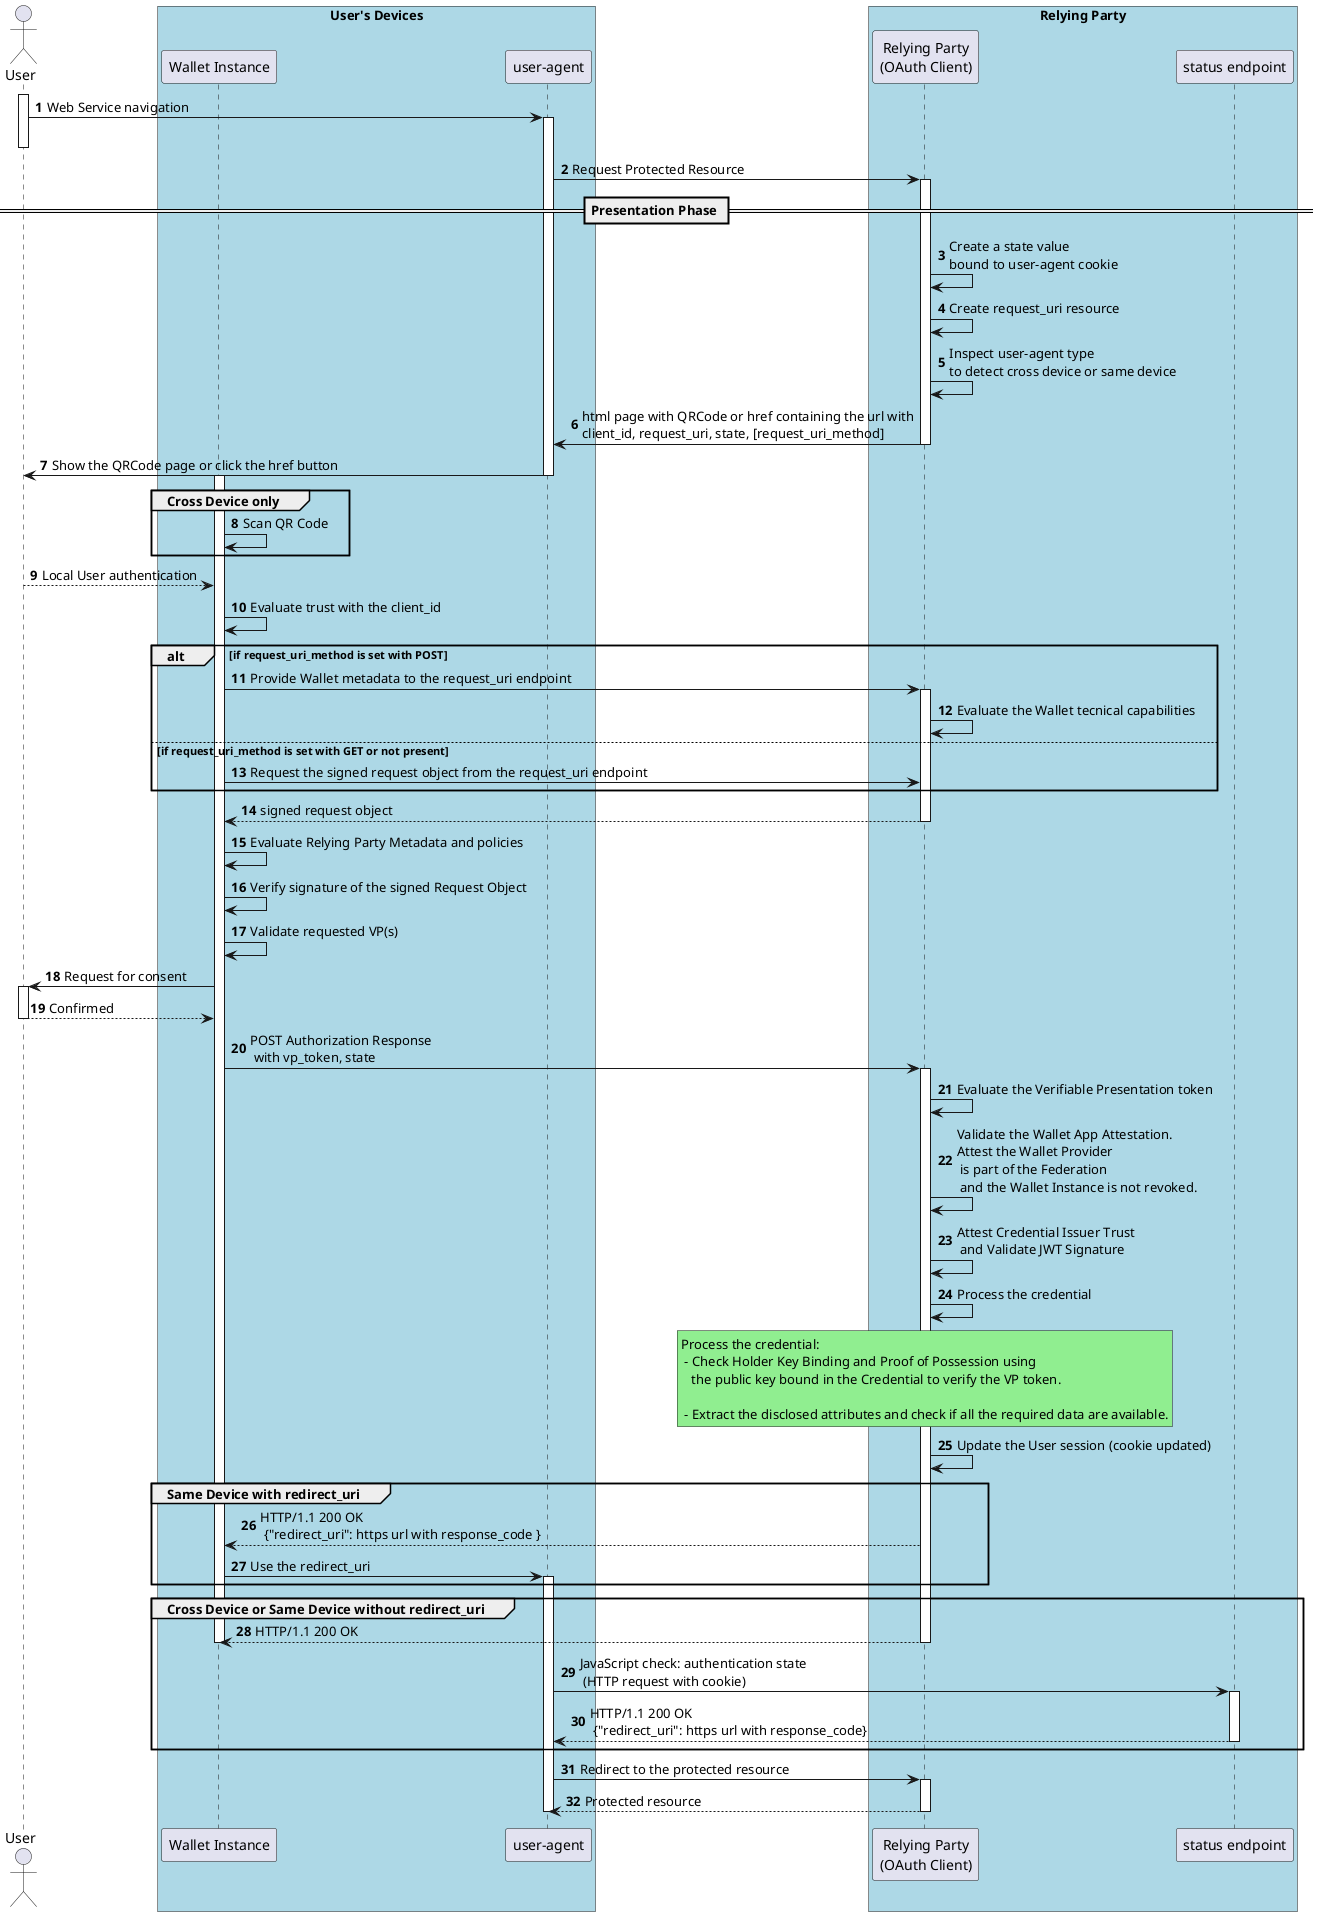
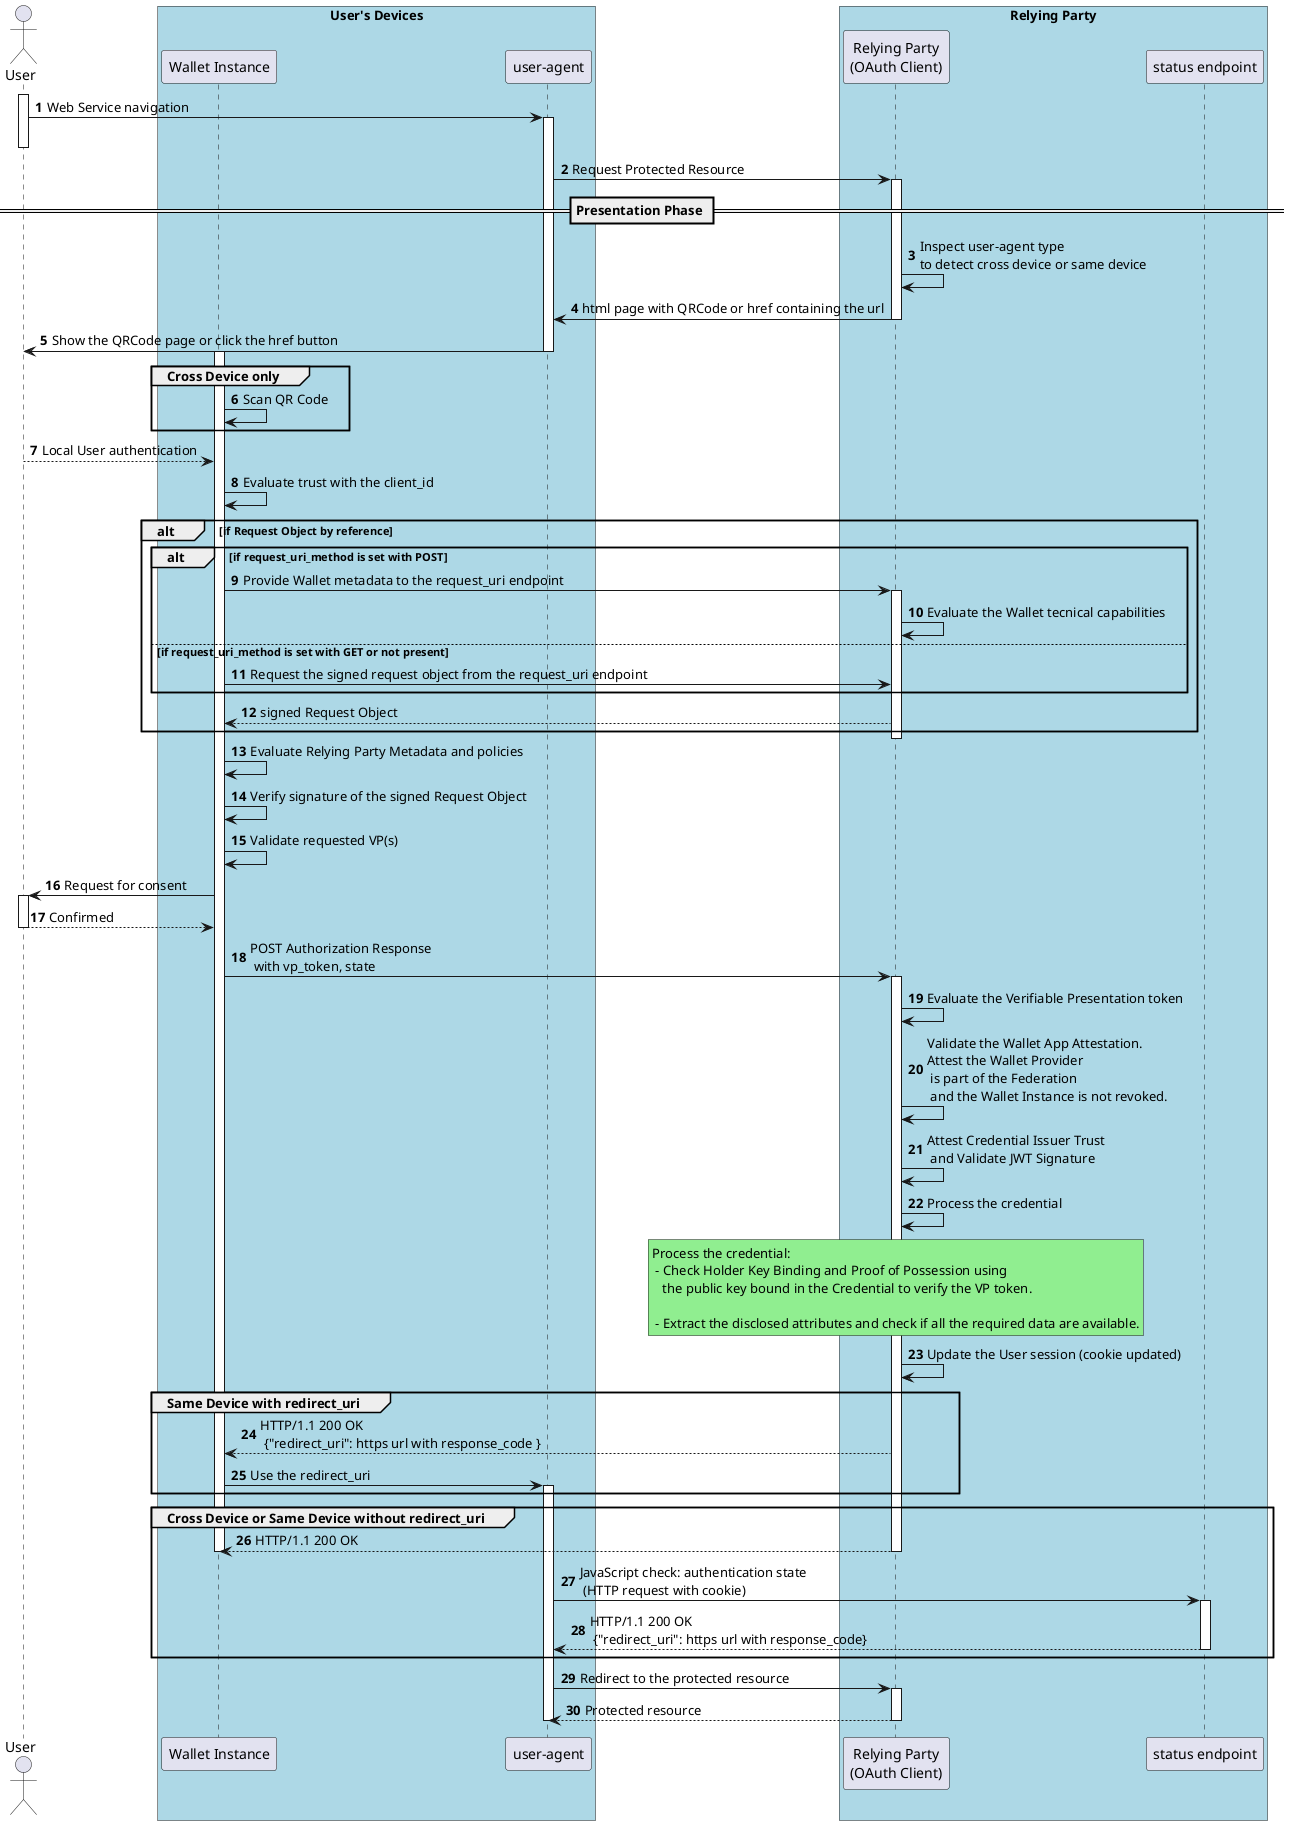
@startuml Low-Level Remote Protocol Flow
autonumber


Actor "User" as u

box "User's Devices" #LightBlue
participant "Wallet Instance" as w
participant "user-agent" as ua
end box

box "Relying Party" #LightBlue
participant "Relying Party\n(OAuth Client)" as ve
participant "status endpoint" as se
end box



activate u
u -> ua: Web Service navigation
activate ua
deactivate u
ua -> ve: Request Protected Resource

== Presentation Phase ==
activate ve
- ve -> ve: Create a state value\nbound to user-agent cookie
- ve -> ve: Create request_uri resource
ve -> ve: Inspect user-agent type\nto detect cross device or same device
- ve -> ua: html page with QRCode or href containing the url with\nclient_id, request_uri, state, [request_uri_method]
+ ve -> ua: html page with QRCode or href containing the url
deactivate ve


ua -> u: Show the QRCode page or click the href button
deactivate ua
activate w

group Cross Device only
w -> w: Scan QR Code
end

u --> w: Local User authentication

w -> w: Evaluate trust with the client_id

- alt if request_uri_method is set with POST
-     w -> ve: Provide Wallet metadata to the request_uri endpoint
-     activate ve
-     ve -> ve: Evaluate the Wallet tecnical capabilities
- else if request_uri_method is set with GET or not present
-    w -> ve: Request the signed request object from the request_uri endpoint
+ alt if Request Object by reference
+     alt if request_uri_method is set with POST
+        w -> ve: Provide Wallet metadata to the request_uri endpoint
+        activate ve
+        ve -> ve: Evaluate the Wallet tecnical capabilities
+    else if request_uri_method is set with GET or not present
+        w -> ve: Request the signed request object from the request_uri endpoint
+    end
+ 
+    ve --> w: signed Request Object
+ 
end

- ve --> w: signed request object
deactivate ve


w -> w: Evaluate Relying Party Metadata and policies
w -> w: Verify signature of the signed Request Object
w -> w: Validate requested VP(s)
w -> u: Request for consent
activate u
u --> w: Confirmed
deactivate u
w -> ve: POST Authorization Response \n with vp_token, state
activate ve
ve -> ve: Evaluate the Verifiable Presentation token
ve -> ve: Validate the Wallet App Attestation. \nAttest the Wallet Provider\n is part of the Federation\n and the Wallet Instance is not revoked.
ve -> ve: Attest Credential Issuer Trust\n and Validate JWT Signature
ve -> ve: Process the credential

rnote over ve #LIGHTGREEN
Process the credential:
 - Check Holder Key Binding and Proof of Possession using
   the public key bound in the Credential to verify the VP token.

 - Extract the disclosed attributes and check if all the required data are available.
endrnote

ve -> ve: Update the User session (cookie updated)


group Same Device with redirect_uri
ve --> w: HTTP/1.1 200 OK\n {"redirect_uri": https url with response_code }
w -> ua: Use the redirect_uri
activate ua
end

group Cross Device or Same Device without redirect_uri
ve --> w: HTTP/1.1 200 OK
deactivate w
deactivate ve
ua -> se:  JavaScript check: authentication state \n (HTTP request with cookie)
activate se
se --> ua: HTTP/1.1 200 OK\n {"redirect_uri": https url with response_code}

deactivate se

end


ua -> ve: Redirect to the protected resource
activate ve
ve --> ua: Protected resource

deactivate ua
deactivate ve
- @enduml+ @enduml
